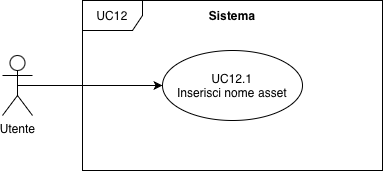
Above: src/images/diagrammiUML/UC-12.1.png in CoderiusGroup/Documentazione (draw.io), before the change. Source tidied: cells renumbered, new cells last; positions are measured from the earlier drawing's top-left corner, leaving out a move shared by most shapes.
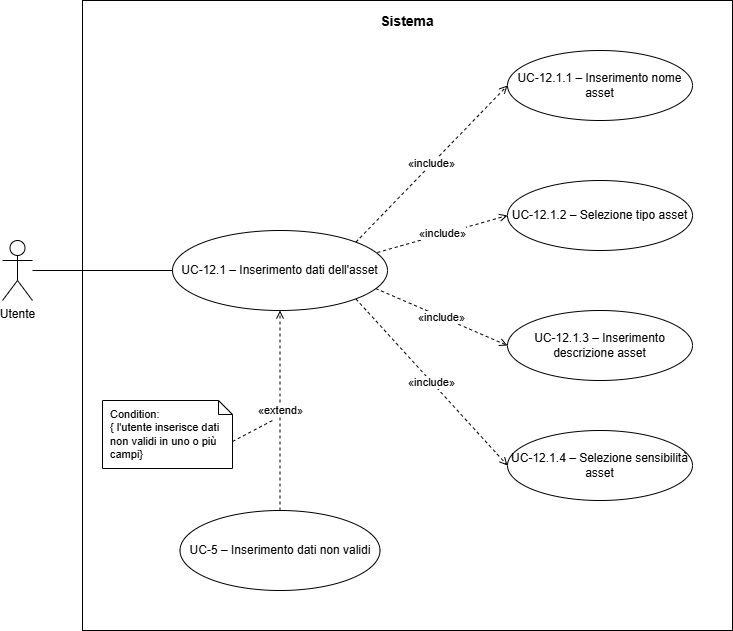
After the change.

Diff of the diagram source:
```diff
@@ -1,21 +1,56 @@
 <mxGraphModel>
   <root>
-    <mxCell id="0" style="html=1;" />
+    <mxCell id="0" />
-    <mxCell id="1" style="html=1;" parent="0" />
+    <mxCell id="1" parent="0" />
+    <mxCell id="5" value="&lt;b&gt;Sistema&lt;/b&gt;" style="rounded=0;whiteSpace=wrap;html=1;fillColor=none;strokeColor=#000000;strokeWidth=1;align=center;verticalAlign=top;fontSize=14;spacingTop=6;fontStyle=0;" parent="1" vertex="1">
+      <mxGeometry x="-450" y="-440" width="650" height="630" as="geometry" />
+    </mxCell>
-    <mxCell id="2" value="Utente" style="shape=umlActor;verticalLabelPosition=bottom;verticalAlign=top;html=1;" parent="1" vertex="1">
-      <mxGeometry y="55" width="30" height="60" as="geometry" />
+    <mxCell id="2" value="Utente" style="shape=umlActor;verticalLabelPosition=bottom;verticalAlign=top;html=1;outlineConnect=0;" parent="1" vertex="1">
+      <mxGeometry x="-530" y="-200" width="30" height="60" as="geometry" />
     </mxCell>
-    <mxCell id="3" value="UC12.1&lt;div&gt;Inserisci nome asset&lt;/div&gt;" style="ellipse;whiteSpace=wrap;html=1;" parent="1" vertex="1">
-      <mxGeometry x="160" y="50" width="140" height="70" as="geometry" />
-    </mxCell>
-    <mxCell id="4" style="endArrow=classic;html=1;rounded=0;exitX=0.5;exitY=0.5;exitDx=0;exitDy=0;exitPerimeter=0;entryX=0;entryY=0.5;entryDx=0;entryDy=0;endFill=1;" parent="1" edge="1" source="2" target="3">
-      <mxGeometry relative="1" as="geometry" />
-    </mxCell>
-    <mxCell id="5" value="Sistema" style="text;html=1;whiteSpace=wrap;strokeColor=none;fillColor=none;align=center;verticalAlign=middle;rounded=0;fontStyle=1;" parent="1" vertex="1">
-      <mxGeometry x="200" width="60" height="30" as="geometry" />
-    </mxCell>
-    <mxCell id="6" value="UC12" style="shape=umlFrame;whiteSpace=wrap;html=1;" parent="1" vertex="1">
-      <mxGeometry x="80" width="300" height="170" as="geometry" />
-    </mxCell>
+    <mxCell id="7" value="UC-12.1 – Inserimento dati dell'asset" style="ellipse;whiteSpace=wrap;html=1;fillColor=#ffffff;strokeColor=#000000;strokeWidth=1;fontSize=12;" parent="1" vertex="1">
+      <mxGeometry x="-360" y="-210" width="215" height="80" as="geometry" />
+    </mxCell>
+    <mxCell id="8" value="UC-5 – Inserimento dati non validi" style="ellipse;whiteSpace=wrap;html=1;fillColor=#ffffff;strokeColor=#000000;strokeWidth=1;fontSize=12;" parent="1" vertex="1">
+      <mxGeometry x="-352.5" y="70" width="200" height="80" as="geometry" />
+    </mxCell>
+    <mxCell id="9" value="UC-12.1.1 – Inserimento nome asset" style="ellipse;whiteSpace=wrap;html=1;fillColor=#ffffff;strokeColor=#000000;strokeWidth=1;fontSize=12;" parent="1" vertex="1">
+      <mxGeometry x="-25" y="-390" width="185" height="70" as="geometry" />
+    </mxCell>
+    <mxCell id="10" value="UC-12.1.2 – Selezione tipo asset" style="ellipse;whiteSpace=wrap;html=1;fillColor=#ffffff;strokeColor=#000000;strokeWidth=1;fontSize=12;" parent="1" vertex="1">
+      <mxGeometry x="-25" y="-260" width="185" height="70" as="geometry" />
+    </mxCell>
+    <mxCell id="11" value="UC-12.1.3 – Inserimento descrizione asset" style="ellipse;whiteSpace=wrap;html=1;fillColor=#ffffff;strokeColor=#000000;strokeWidth=1;fontSize=12;" parent="1" vertex="1">
+      <mxGeometry x="-25" y="-130" width="185" height="70" as="geometry" />
+    </mxCell>
+    <mxCell id="12" value="UC-12.1.4 – Selezione sensibilità asset" style="ellipse;whiteSpace=wrap;html=1;fillColor=#ffffff;strokeColor=#000000;strokeWidth=1;fontSize=12;" parent="1" vertex="1">
+      <mxGeometry x="-25" y="-10" width="185" height="70" as="geometry" />
+    </mxCell>
+    <mxCell id="13" style="endArrow=none;html=1;strokeColor=#000000;strokeWidth=1;entryX=0;entryY=0.5;entryDx=0;entryDy=0;" parent="1" edge="1" source="2" target="7">
+      <mxGeometry relative="1" as="geometry" />
+    </mxCell>
+    <mxCell id="14" value="«extend»" style="dashed=1;endArrow=open;endFill=0;html=1;strokeColor=#000000;strokeWidth=1;fontSize=11;exitX=0.5;exitY=0;exitDx=0;exitDy=0;entryX=0.5;entryY=1;entryDx=0;entryDy=0;" parent="1" edge="1" source="8" target="7">
+      <mxGeometry relative="1" as="geometry" />
+    </mxCell>
+    <mxCell id="15" value="«include»" style="dashed=1;endArrow=open;endFill=0;html=1;strokeColor=#000000;strokeWidth=1;fontSize=11;exitX=1;exitY=0;exitDx=0;exitDy=0;entryX=0;entryY=0.5;entryDx=0;entryDy=0;" parent="1" edge="1" source="7" target="9">
+      <mxGeometry relative="1" as="geometry" />
+    </mxCell>
+    <mxCell id="16" value="«include»" style="dashed=1;endArrow=open;endFill=0;html=1;strokeColor=#000000;strokeWidth=1;fontSize=11;exitX=0.953;exitY=0.275;exitDx=0;exitDy=0;entryX=0;entryY=0.5;entryDx=0;entryDy=0;exitPerimeter=0;" parent="1" edge="1" source="7" target="10">
+      <mxGeometry relative="1" as="geometry" />
+    </mxCell>
+    <mxCell id="17" value="«include»" style="dashed=1;endArrow=open;endFill=0;html=1;strokeColor=#000000;strokeWidth=1;fontSize=11;entryX=0;entryY=0.5;entryDx=0;entryDy=0;exitX=0.945;exitY=0.725;exitDx=0;exitDy=0;exitPerimeter=0;" parent="1" edge="1" source="7" target="11">
+      <mxGeometry relative="1" as="geometry" />
+    </mxCell>
+    <mxCell id="18" value="«include»" style="dashed=1;endArrow=open;endFill=0;html=1;strokeColor=#000000;strokeWidth=1;fontSize=11;exitX=1;exitY=1;exitDx=0;exitDy=0;entryX=0;entryY=0.5;entryDx=0;entryDy=0;" parent="1" edge="1" source="7" target="12">
+      <mxGeometry relative="1" as="geometry" />
+    </mxCell>
+    <mxCell id="19" value="Condition:&lt;div&gt;{ l'utente inserisce dati non validi in uno o più campi}&lt;/div&gt;" style="shape=note;whiteSpace=wrap;html=1;backgroundOutline=1;size=14;fillColor=#ffffff;strokeColor=#000000;fontSize=11;align=left;spacingLeft=6;" parent="1" vertex="1">
+      <mxGeometry x="-430" y="-40" width="130" height="68" as="geometry" />
+    </mxCell>
+    <mxCell id="20" style="dashed=1;endArrow=none;html=1;strokeColor=#000000;strokeWidth=1;exitX=0;exitY=0;exitDx=130;exitDy=41;exitPerimeter=0;" parent="1" edge="1" source="19">
+      <mxGeometry relative="1" as="geometry">
+        <mxPoint x="-260" y="-20" as="targetPoint" />
+      </mxGeometry>
+    </mxCell>
   </root>
 </mxGraphModel>
```
